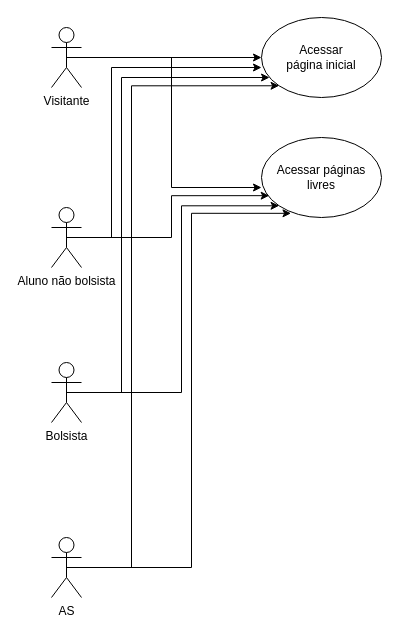
The draw.io diagram Diagrama sem nome.drawio in josephyaraujo/happy_bakery, before the edit. Source tidied: cells renumbered, new cells numbered last; positions are measured from the earlier drawing's top-left corner, leaving out a move shared by most shapes. Both pictures are drawn from the tidied source at 100%, with x=0, y=0 at pixel (51, 17).
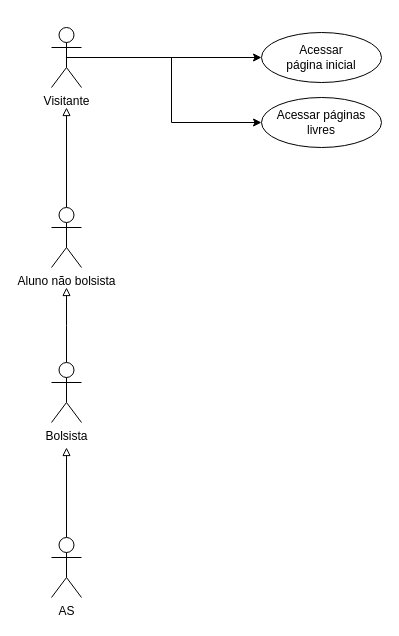
The same page after the edit.

The change refers to these unchanged cells:
```xml
<mxCell id="3" value="Visitante" style="shape=umlActor;verticalLabelPosition=bottom;verticalAlign=top;html=1;outlineConnect=0;" parent="1" vertex="1">
  <mxGeometry y="10" width="30" height="60" as="geometry" />
</mxCell>
<mxCell id="6" value="AS" style="shape=umlActor;verticalLabelPosition=bottom;verticalAlign=top;html=1;outlineConnect=0;" parent="1" vertex="1">
  <mxGeometry y="520" width="30" height="60" as="geometry" />
</mxCell>
<mxCell id="9" value="Bolsista" style="shape=umlActor;verticalLabelPosition=bottom;verticalAlign=top;html=1;outlineConnect=0;" parent="1" vertex="1">
  <mxGeometry y="345" width="30" height="60" as="geometry" />
</mxCell>
<mxCell id="12" value="Aluno não bolsista" style="shape=umlActor;verticalLabelPosition=bottom;verticalAlign=top;html=1;outlineConnect=0;" parent="1" vertex="1">
  <mxGeometry y="190" width="30" height="60" as="geometry" />
</mxCell>
```

The edit, as a diff of the source:
```diff
@@
+    <mxCell id="15" style="edgeStyle=orthogonalEdgeStyle;rounded=0;jettySize=auto;html=1;exitX=0.5;exitY=0.5;exitDx=0;exitDy=0;exitPerimeter=0;entryX=0;entryY=0.5;entryDx=0;entryDy=0;" parent="1" edge="1" source="3" target="11">
+      <mxGeometry relative="1" as="geometry" />
+    </mxCell>
@@
-    <mxCell id="4" style="edgeStyle=orthogonalEdgeStyle;rounded=0;jettySize=auto;html=1;exitX=0.5;exitY=0.5;exitDx=0;exitDy=0;exitPerimeter=0;entryX=0;entryY=1;entryDx=0;entryDy=0;" parent="1" edge="1" source="6" target="10">
-      <mxGeometry relative="1" as="geometry">
-        <Array as="points">
-          <mxPoint x="80" y="550" />
-          <mxPoint x="80" y="68" />
-        </Array>
-      </mxGeometry>
-    </mxCell>
-    <mxCell id="5" style="edgeStyle=orthogonalEdgeStyle;rounded=0;jettySize=auto;html=1;exitX=0.5;exitY=0.5;exitDx=0;exitDy=0;exitPerimeter=0;entryX=0.246;entryY=0.948;entryDx=0;entryDy=0;entryPerimeter=0;" parent="1" edge="1" source="6" target="11">
-      <mxGeometry relative="1" as="geometry">
-        <Array as="points">
-          <mxPoint x="140" y="550" />
-          <mxPoint x="140" y="196" />
-        </Array>
-      </mxGeometry>
-    </mxCell>
+    <mxCell id="16" style="edgeStyle=orthogonalEdgeStyle;rounded=0;jettySize=auto;html=1;exitX=0.5;exitY=0;exitDx=0;exitDy=0;exitPerimeter=0;endArrow=block;endFill=0;" parent="1" edge="1" source="6">
+      <mxGeometry relative="1" as="geometry">
+        <mxPoint x="15" y="430" as="targetPoint" />
+      </mxGeometry>
+    </mxCell>
@@
-    <mxCell id="7" style="edgeStyle=orthogonalEdgeStyle;rounded=0;jettySize=auto;html=1;exitX=0.5;exitY=0.5;exitDx=0;exitDy=0;exitPerimeter=0;" parent="1" edge="1" source="9" target="10">
-      <mxGeometry relative="1" as="geometry">
-        <Array as="points">
-          <mxPoint x="70" y="375" />
-          <mxPoint x="70" y="60" />
-        </Array>
-      </mxGeometry>
-    </mxCell>
-    <mxCell id="8" style="edgeStyle=orthogonalEdgeStyle;rounded=0;jettySize=auto;html=1;exitX=0.5;exitY=0.5;exitDx=0;exitDy=0;exitPerimeter=0;entryX=0;entryY=1;entryDx=0;entryDy=0;" parent="1" edge="1" source="9" target="11">
-      <mxGeometry relative="1" as="geometry">
-        <Array as="points">
-          <mxPoint x="130" y="375" />
-          <mxPoint x="130" y="188" />
-        </Array>
-      </mxGeometry>
-    </mxCell>
+    <mxCell id="17" style="edgeStyle=orthogonalEdgeStyle;rounded=0;jettySize=auto;html=1;exitX=0.5;exitY=0;exitDx=0;exitDy=0;exitPerimeter=0;endArrow=block;endFill=0;" parent="1" edge="1" source="9">
+      <mxGeometry relative="1" as="geometry">
+        <mxPoint x="15" y="270" as="targetPoint" />
+      </mxGeometry>
+    </mxCell>
@@
     <mxCell id="10" value="Acessar&lt;div&gt;página inicial&lt;/div&gt;" style="ellipse;whiteSpace=wrap;html=1;" parent="1" vertex="1">
-      <mxGeometry x="210" width="120" height="80" as="geometry" />
+      <mxGeometry x="210" y="15" width="120" height="50" as="geometry" />
     </mxCell>
     <mxCell id="11" value="Acessar páginas livres" style="ellipse;whiteSpace=wrap;html=1;" parent="1" vertex="1">
-      <mxGeometry x="210" y="120" width="120" height="80" as="geometry" />
+      <mxGeometry x="210" y="80" width="120" height="50" as="geometry" />
     </mxCell>
+    <mxCell id="18" style="edgeStyle=orthogonalEdgeStyle;rounded=0;jettySize=auto;html=1;exitX=0.5;exitY=0;exitDx=0;exitDy=0;exitPerimeter=0;endArrow=block;endFill=0;" parent="1" edge="1" source="12">
+      <mxGeometry relative="1" as="geometry">
+        <mxPoint x="15" y="90" as="targetPoint" />
+      </mxGeometry>
+    </mxCell>
@@
-    <mxCell id="13" style="edgeStyle=orthogonalEdgeStyle;rounded=0;jettySize=auto;html=1;exitX=0.5;exitY=0.5;exitDx=0;exitDy=0;exitPerimeter=0;entryX=0;entryY=0.625;entryDx=0;entryDy=0;entryPerimeter=0;" parent="1" edge="1" source="12" target="10">
-      <mxGeometry relative="1" as="geometry">
-        <Array as="points">
-          <mxPoint x="60" y="220" />
-          <mxPoint x="60" y="50" />
-        </Array>
-      </mxGeometry>
-    </mxCell>
-    <mxCell id="14" style="edgeStyle=orthogonalEdgeStyle;rounded=0;jettySize=auto;html=1;exitX=0.5;exitY=0.5;exitDx=0;exitDy=0;exitPerimeter=0;entryX=0.064;entryY=0.727;entryDx=0;entryDy=0;entryPerimeter=0;" parent="1" edge="1" source="12" target="11">
-      <mxGeometry relative="1" as="geometry" />
-    </mxCell>
-    <mxCell id="15" style="edgeStyle=orthogonalEdgeStyle;rounded=0;jettySize=auto;html=1;exitX=0.5;exitY=0.5;exitDx=0;exitDy=0;exitPerimeter=0;entryX=0;entryY=0.625;entryDx=0;entryDy=0;entryPerimeter=0;" parent="1" edge="1" source="3" target="11">
-      <mxGeometry relative="1" as="geometry">
-        <Array as="points">
-          <mxPoint x="120" y="40" />
-          <mxPoint x="120" y="170" />
-        </Array>
-      </mxGeometry>
-    </mxCell>
```
